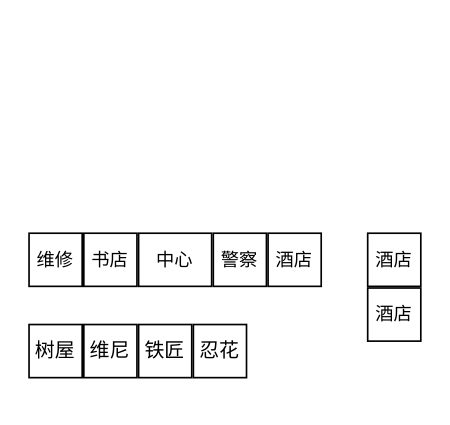
Before: lego_city_design.drawio in Henryblankwu/untitled7, a draw.io diagram. Source tidied: cells renumbered, new cells numbered last; positions are measured from the earlier drawing's top-left corner, leaving out a move shared by most shapes. Both pictures are drawn from the tidied source at 166%, with x=0, y=0 at pixel (28, 232).
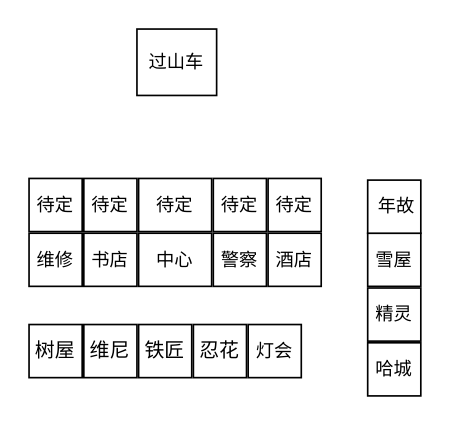
The same page after the edit.

Change to the diagram source:
```diff
@@
-    <mxCell id="11" value="&lt;font style=&quot;font-size: 11px&quot;&gt;酒店&lt;/font&gt;" style="rounded=0;whiteSpace=wrap;html=1;direction=south;" parent="1" vertex="1">
+    <mxCell id="11" value="&lt;font style=&quot;font-size: 11px&quot;&gt;雪屋&lt;/font&gt;" style="rounded=0;whiteSpace=wrap;html=1;direction=south;" parent="1" vertex="1">
       <mxGeometry x="204" width="32" height="32" as="geometry" />
     </mxCell>
-    <mxCell id="12" value="&lt;font style=&quot;font-size: 11px&quot;&gt;酒店&lt;/font&gt;" style="rounded=0;whiteSpace=wrap;html=1;direction=south;" parent="1" vertex="1">
+    <mxCell id="12" value="&lt;font style=&quot;font-size: 11px&quot;&gt;精灵&lt;/font&gt;" style="rounded=0;whiteSpace=wrap;html=1;direction=south;" parent="1" vertex="1">
       <mxGeometry x="204" y="33" width="32" height="32" as="geometry" />
     </mxCell>
+    <mxCell id="13" value="&lt;span style=&quot;font-size: 11px&quot;&gt;哈城&lt;/span&gt;" style="rounded=0;whiteSpace=wrap;html=1;direction=south;" parent="1" vertex="1">
+      <mxGeometry x="204" y="66" width="32" height="32" as="geometry" />
+    </mxCell>
+    <mxCell id="14" value="&lt;span style=&quot;font-size: 11px&quot;&gt;灯会&lt;/span&gt;" style="rounded=0;whiteSpace=wrap;html=1;direction=south;" parent="1" vertex="1">
+      <mxGeometry x="132" y="55" width="32" height="32" as="geometry" />
+    </mxCell>
+    <mxCell id="15" value="&lt;span style=&quot;font-size: 11px&quot;&gt;&amp;nbsp;年故&lt;/span&gt;" style="rounded=0;whiteSpace=wrap;html=1;direction=south;" parent="1" vertex="1">
+      <mxGeometry x="204" y="-32" width="32" height="32" as="geometry" />
+    </mxCell>
+    <mxCell id="16" value="&lt;span style=&quot;font-size: 11px&quot;&gt;过山车&lt;/span&gt;" style="rounded=0;whiteSpace=wrap;html=1;direction=south;" parent="1" vertex="1">
+      <mxGeometry x="65" y="-123" width="48" height="40" as="geometry" />
+    </mxCell>
+    <mxCell id="17" value="&lt;span style=&quot;font-size: 11px&quot;&gt;待定&lt;/span&gt;" style="rounded=0;whiteSpace=wrap;html=1;direction=south;" parent="1" vertex="1">
+      <mxGeometry y="-33" width="32" height="32" as="geometry" />
+    </mxCell>
+    <mxCell id="18" value="&lt;span style=&quot;font-size: 11px&quot;&gt;待定&lt;/span&gt;" style="rounded=0;whiteSpace=wrap;html=1;direction=south;" parent="1" vertex="1">
+      <mxGeometry x="33" y="-33" width="32" height="32" as="geometry" />
+    </mxCell>
+    <mxCell id="19" value="&lt;span style=&quot;font-size: 11px&quot;&gt;待定&lt;/span&gt;" style="rounded=0;whiteSpace=wrap;html=1;direction=south;" parent="1" vertex="1">
+      <mxGeometry x="66" y="-33" width="44" height="32" as="geometry" />
+    </mxCell>
+    <mxCell id="20" value="&lt;span style=&quot;font-size: 11px&quot;&gt;待定&lt;/span&gt;" style="rounded=0;whiteSpace=wrap;html=1;direction=south;" parent="1" vertex="1">
+      <mxGeometry x="111" y="-33" width="32" height="32" as="geometry" />
+    </mxCell>
+    <mxCell id="21" value="&lt;span style=&quot;font-size: 11px&quot;&gt;待定&lt;/span&gt;" style="rounded=0;whiteSpace=wrap;html=1;direction=south;" parent="1" vertex="1">
+      <mxGeometry x="144" y="-33" width="32" height="32" as="geometry" />
+    </mxCell>
```
